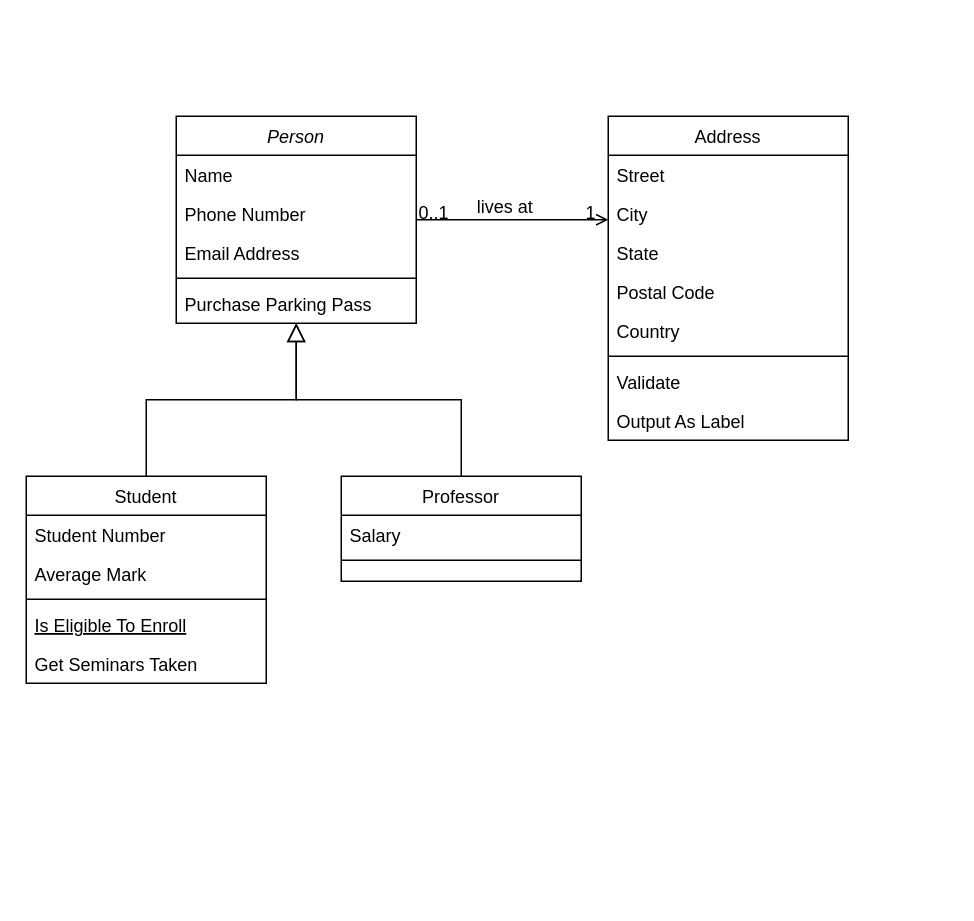
This is documentation/file-diagramme-uml/Diagramme sans nom.drawio from hamza-bely/4proj, a draw.io file, before an edit. Source tidied: cells renumbered, new cells numbered last; positions are measured from the earlier drawing's top-left corner, leaving out a move shared by most shapes. Both pictures are drawn from the tidied source at 150%, with x=0, y=0 at pixel (26, 116).
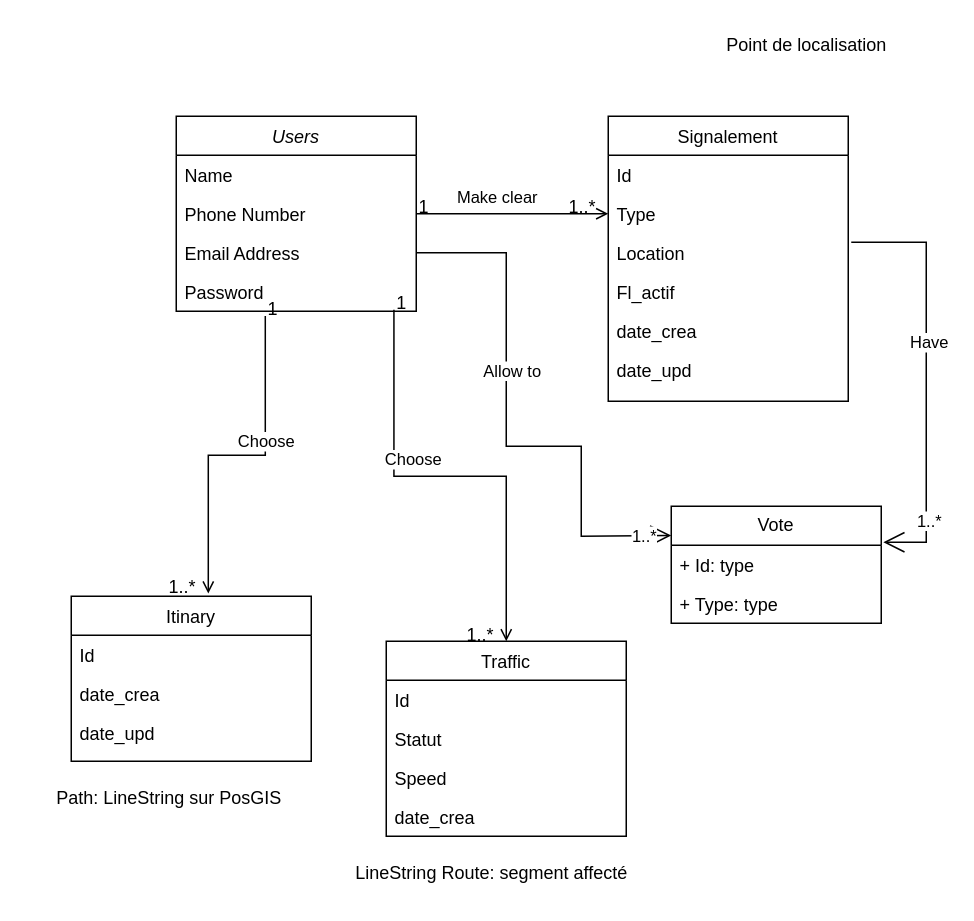
The same page after the edit.

The change refers to these unchanged cells:
```xml
<mxCell id="5" value="Email Address" style="text;align=left;verticalAlign=top;spacingLeft=4;spacingRight=4;overflow=hidden;points=[[0,0.5],[1,0.5]];portConstraint=eastwest;rounded=0;shadow=0;html=0;" parent="2" vertex="1">
  <mxGeometry y="78" width="160" height="26" as="geometry" />
</mxCell>
<mxCell id="28" style="endArrow=open;shadow=0;strokeWidth=1;rounded=0;curved=0;endFill=1;edgeStyle=elbowEdgeStyle;elbow=vertical;" parent="1" edge="1" source="2" target="19">
  <mxGeometry x="0.5" y="41" relative="1" as="geometry">
    <mxPoint x="-40" y="32" as="offset" />
  </mxGeometry>
</mxCell>
```

What changed in the source:
```diff
@@
-    <mxCell id="2" value="Person" style="swimlane;fontStyle=2;align=center;verticalAlign=top;horizontal=1;startSize=26;rounded=0;shadow=0;strokeWidth=1;" parent="1" vertex="1">
-      <mxGeometry x="100" width="160" height="138" as="geometry" />
+    <mxCell id="2" value="Users" style="swimlane;fontStyle=2;align=center;verticalAlign=top;horizontal=1;startSize=26;rounded=0;shadow=0;strokeWidth=1;" parent="1" vertex="1">
+      <mxGeometry x="100" width="160" height="130" as="geometry" />
     </mxCell>
@@
-    <mxCell id="6" style="line;html=1;strokeWidth=1;align=left;verticalAlign=middle;spacingTop=-1;spacingLeft=3;spacingRight=3;labelPosition=right;" parent="2" vertex="1">
-      <mxGeometry y="104" width="160" height="8" as="geometry" />
-    </mxCell>
-    <mxCell id="7" value="Purchase Parking Pass" style="text;align=left;verticalAlign=top;spacingLeft=4;spacingRight=4;overflow=hidden;" parent="2" vertex="1">
-      <mxGeometry y="112" width="160" height="26" as="geometry" />
-    </mxCell>
+    <mxCell id="32" value="Password" style="text;align=left;verticalAlign=top;spacingLeft=4;spacingRight=4;overflow=hidden;points=[[0,0.5],[1,0.5]];portConstraint=eastwest;rounded=0;shadow=0;html=0;" parent="2" vertex="1">
+      <mxGeometry y="104" width="160" height="26" as="geometry" />
+    </mxCell>
-    <mxCell id="8" value="Student" style="swimlane;fontStyle=0;align=center;verticalAlign=top;horizontal=1;startSize=26;rounded=0;shadow=0;strokeWidth=1;" parent="1" vertex="1">
-      <mxGeometry y="240" width="160" height="138" as="geometry" />
+    <mxCell id="8" value="Itinary" style="swimlane;fontStyle=0;align=center;verticalAlign=top;horizontal=1;startSize=26;rounded=0;shadow=0;strokeWidth=1;" parent="1" vertex="1">
+      <mxGeometry x="30" y="320" width="160" height="110" as="geometry" />
     </mxCell>
-    <mxCell id="9" value="Student Number" style="text;align=left;verticalAlign=top;spacingLeft=4;spacingRight=4;overflow=hidden;" parent="8" vertex="1">
+    <mxCell id="9" value="Id" style="text;align=left;verticalAlign=top;spacingLeft=4;spacingRight=4;overflow=hidden;" parent="8" vertex="1">
       <mxGeometry y="26" width="160" height="26" as="geometry" />
     </mxCell>
-    <mxCell id="10" value="Average Mark" style="text;align=left;verticalAlign=top;spacingLeft=4;spacingRight=4;overflow=hidden;rounded=0;shadow=0;html=0;" parent="8" vertex="1">
+    <mxCell id="10" value="date_crea" style="text;align=left;verticalAlign=top;spacingLeft=4;spacingRight=4;overflow=hidden;rounded=0;shadow=0;html=0;" parent="8" vertex="1">
       <mxGeometry y="52" width="160" height="26" as="geometry" />
     </mxCell>
-    <mxCell id="11" style="line;html=1;strokeWidth=1;align=left;verticalAlign=middle;spacingTop=-1;spacingLeft=3;spacingRight=3;labelPosition=right;" parent="8" vertex="1">
-      <mxGeometry y="78" width="160" height="8" as="geometry" />
-    </mxCell>
-    <mxCell id="12" value="Is Eligible To Enroll" style="text;align=left;verticalAlign=top;spacingLeft=4;spacingRight=4;overflow=hidden;fontStyle=4;" parent="8" vertex="1">
-      <mxGeometry y="86" width="160" height="26" as="geometry" />
-    </mxCell>
-    <mxCell id="13" value="Get Seminars Taken" style="text;align=left;verticalAlign=top;spacingLeft=4;spacingRight=4;overflow=hidden;" parent="8" vertex="1">
-      <mxGeometry y="112" width="160" height="26" as="geometry" />
-    </mxCell>
-    <mxCell id="14" style="endArrow=block;endSize=10;endFill=0;shadow=0;strokeWidth=1;rounded=0;curved=0;edgeStyle=elbowEdgeStyle;elbow=vertical;" parent="1" edge="1" source="8" target="2">
-      <mxGeometry relative="1" as="geometry" />
-    </mxCell>
+    <mxCell id="33" value="date_upd" style="text;align=left;verticalAlign=top;spacingLeft=4;spacingRight=4;overflow=hidden;rounded=0;shadow=0;html=0;" parent="8" vertex="1">
+      <mxGeometry y="78" width="160" height="26" as="geometry" />
+    </mxCell>
-    <mxCell id="15" value="Professor" style="swimlane;fontStyle=0;align=center;verticalAlign=top;horizontal=1;startSize=26;rounded=0;shadow=0;strokeWidth=1;" parent="1" vertex="1">
-      <mxGeometry x="210" y="240" width="160" height="70" as="geometry" />
+    <mxCell id="15" value="Traffic" style="swimlane;fontStyle=0;align=center;verticalAlign=top;horizontal=1;startSize=26;rounded=0;shadow=0;strokeWidth=1;" parent="1" vertex="1">
+      <mxGeometry x="240" y="350" width="160" height="130" as="geometry" />
     </mxCell>
-    <mxCell id="16" value="Salary" style="text;align=left;verticalAlign=top;spacingLeft=4;spacingRight=4;overflow=hidden;" parent="15" vertex="1">
+    <mxCell id="16" value="Id" style="text;align=left;verticalAlign=top;spacingLeft=4;spacingRight=4;overflow=hidden;" parent="15" vertex="1">
       <mxGeometry y="26" width="160" height="26" as="geometry" />
     </mxCell>
-    <mxCell id="17" style="line;html=1;strokeWidth=1;align=left;verticalAlign=middle;spacingTop=-1;spacingLeft=3;spacingRight=3;labelPosition=right;" parent="15" vertex="1">
-      <mxGeometry y="52" width="160" height="8" as="geometry" />
-    </mxCell>
-    <mxCell id="18" style="endArrow=block;endSize=10;endFill=0;shadow=0;strokeWidth=1;rounded=0;curved=0;edgeStyle=elbowEdgeStyle;elbow=vertical;" parent="1" edge="1" source="15" target="2">
-      <mxGeometry relative="1" as="geometry" />
-    </mxCell>
+    <mxCell id="34" value="Statut" style="text;align=left;verticalAlign=top;spacingLeft=4;spacingRight=4;overflow=hidden;" parent="15" vertex="1">
+      <mxGeometry y="52" width="160" height="26" as="geometry" />
+    </mxCell>
+    <mxCell id="35" value="Speed" style="text;align=left;verticalAlign=top;spacingLeft=4;spacingRight=4;overflow=hidden;" parent="15" vertex="1">
+      <mxGeometry y="78" width="160" height="26" as="geometry" />
+    </mxCell>
+    <mxCell id="36" value="date_crea" style="text;align=left;verticalAlign=top;spacingLeft=4;spacingRight=4;overflow=hidden;" parent="15" vertex="1">
+      <mxGeometry y="104" width="160" height="26" as="geometry" />
+    </mxCell>
-    <mxCell id="19" value="Address" style="swimlane;fontStyle=0;align=center;verticalAlign=top;horizontal=1;startSize=26;rounded=0;shadow=0;strokeWidth=1;" parent="1" vertex="1">
-      <mxGeometry x="388" width="160" height="216" as="geometry" />
+    <mxCell id="19" value="Signalement" style="swimlane;fontStyle=0;align=center;verticalAlign=top;horizontal=1;startSize=26;rounded=0;shadow=0;strokeWidth=1;" parent="1" vertex="1">
+      <mxGeometry x="388" width="160" height="190" as="geometry" />
     </mxCell>
-    <mxCell id="20" value="Street" style="text;align=left;verticalAlign=top;spacingLeft=4;spacingRight=4;overflow=hidden;" parent="19" vertex="1">
+    <mxCell id="20" value="Id" style="text;align=left;verticalAlign=top;spacingLeft=4;spacingRight=4;overflow=hidden;" parent="19" vertex="1">
       <mxGeometry y="26" width="160" height="26" as="geometry" />
     </mxCell>
-    <mxCell id="21" value="City" style="text;align=left;verticalAlign=top;spacingLeft=4;spacingRight=4;overflow=hidden;rounded=0;shadow=0;html=0;" parent="19" vertex="1">
+    <mxCell id="21" value="Type" style="text;align=left;verticalAlign=top;spacingLeft=4;spacingRight=4;overflow=hidden;rounded=0;shadow=0;html=0;" parent="19" vertex="1">
       <mxGeometry y="52" width="160" height="26" as="geometry" />
     </mxCell>
-    <mxCell id="22" value="State" style="text;align=left;verticalAlign=top;spacingLeft=4;spacingRight=4;overflow=hidden;rounded=0;shadow=0;html=0;" parent="19" vertex="1">
+    <mxCell id="22" value="Location" style="text;align=left;verticalAlign=top;spacingLeft=4;spacingRight=4;overflow=hidden;rounded=0;shadow=0;html=0;" parent="19" vertex="1">
       <mxGeometry y="78" width="160" height="26" as="geometry" />
     </mxCell>
-    <mxCell id="23" value="Postal Code" style="text;align=left;verticalAlign=top;spacingLeft=4;spacingRight=4;overflow=hidden;rounded=0;shadow=0;html=0;" parent="19" vertex="1">
+    <mxCell id="23" value="Fl_actif" style="text;align=left;verticalAlign=top;spacingLeft=4;spacingRight=4;overflow=hidden;rounded=0;shadow=0;html=0;" parent="19" vertex="1">
       <mxGeometry y="104" width="160" height="26" as="geometry" />
     </mxCell>
-    <mxCell id="24" value="Country" style="text;align=left;verticalAlign=top;spacingLeft=4;spacingRight=4;overflow=hidden;rounded=0;shadow=0;html=0;" parent="19" vertex="1">
+    <mxCell id="24" value="date_crea" style="text;align=left;verticalAlign=top;spacingLeft=4;spacingRight=4;overflow=hidden;rounded=0;shadow=0;html=0;" parent="19" vertex="1">
       <mxGeometry y="130" width="160" height="26" as="geometry" />
     </mxCell>
-    <mxCell id="25" style="line;html=1;strokeWidth=1;align=left;verticalAlign=middle;spacingTop=-1;spacingLeft=3;spacingRight=3;labelPosition=right;" parent="19" vertex="1">
-      <mxGeometry y="156" width="160" height="8" as="geometry" />
-    </mxCell>
-    <mxCell id="26" value="Validate" style="text;align=left;verticalAlign=top;spacingLeft=4;spacingRight=4;overflow=hidden;" parent="19" vertex="1">
-      <mxGeometry y="164" width="160" height="26" as="geometry" />
-    </mxCell>
-    <mxCell id="27" value="Output As Label" style="text;align=left;verticalAlign=top;spacingLeft=4;spacingRight=4;overflow=hidden;" parent="19" vertex="1">
-      <mxGeometry y="190" width="160" height="26" as="geometry" />
-    </mxCell>
+    <mxCell id="37" value="date_upd" style="text;align=left;verticalAlign=top;spacingLeft=4;spacingRight=4;overflow=hidden;rounded=0;shadow=0;html=0;" parent="19" vertex="1">
+      <mxGeometry y="156" width="160" height="26" as="geometry" />
+    </mxCell>
@@
-    <mxCell id="29" value="0..1" style="align=left;verticalAlign=bottom;labelBackgroundColor=none;fontSize=12;" parent="28" vertex="1">
+    <mxCell id="29" value="1" style="align=left;verticalAlign=bottom;labelBackgroundColor=none;fontSize=12;" parent="28" vertex="1">
       <mxGeometry x="-1" relative="1" as="geometry">
         <mxPoint y="4" as="offset" />
       </mxGeometry>
     </mxCell>
-    <mxCell id="30" value="1" style="align=right;verticalAlign=bottom;labelBackgroundColor=none;fontSize=12;" parent="28" vertex="1">
+    <mxCell id="30" value="1..*" style="align=right;verticalAlign=bottom;labelBackgroundColor=none;fontSize=12;" parent="28" vertex="1">
       <mxGeometry x="1" relative="1" as="geometry">
         <mxPoint x="-7" y="4" as="offset" />
       </mxGeometry>
     </mxCell>
-    <mxCell id="31" value="lives at" style="text;html=1;align=center;verticalAlign=middle;labelBackgroundColor=none;rounded=0;shadow=0;strokeWidth=1;fontSize=12;" parent="28" vertex="1">
-      <mxGeometry x="0.5" y="49" relative="1" as="geometry">
-        <mxPoint x="-38" y="40" as="offset" />
-      </mxGeometry>
-    </mxCell>
+    <mxCell id="38" value="Make clear" style="edgeLabel;html=1;align=center;verticalAlign=middle;" parent="28" vertex="1">
+      <mxGeometry x="-0.17" y="1" relative="1" as="geometry">
+        <mxPoint y="-11" as="offset" />
+      </mxGeometry>
+    </mxCell>
+    <mxCell id="39" style="endArrow=open;shadow=0;strokeWidth=1;rounded=0;curved=0;endFill=1;edgeStyle=elbowEdgeStyle;elbow=vertical;entryX=0.571;entryY=-0.016;entryDx=0;entryDy=0;entryPerimeter=0;exitX=0.371;exitY=1.122;exitDx=0;exitDy=0;exitPerimeter=0;" parent="1" edge="1" source="32" target="8">
+      <mxGeometry x="0.5" y="41" relative="1" as="geometry">
+        <mxPoint x="-40" y="32" as="offset" />
+      </mxGeometry>
+    </mxCell>
+    <mxCell id="40" value="1" style="align=left;verticalAlign=bottom;labelBackgroundColor=none;fontSize=12;" parent="39" vertex="1">
+      <mxGeometry x="-1" relative="1" as="geometry">
+        <mxPoint y="4" as="offset" />
+      </mxGeometry>
+    </mxCell>
+    <mxCell id="41" value="1..*" style="align=right;verticalAlign=bottom;labelBackgroundColor=none;fontSize=12;" parent="39" vertex="1">
+      <mxGeometry x="1" relative="1" as="geometry">
+        <mxPoint x="-7" y="4" as="offset" />
+      </mxGeometry>
+    </mxCell>
+    <mxCell id="42" value="Choose" style="edgeLabel;html=1;align=center;verticalAlign=middle;" parent="39" vertex="1">
+      <mxGeometry x="-0.17" y="1" relative="1" as="geometry">
+        <mxPoint y="-11" as="offset" />
+      </mxGeometry>
+    </mxCell>
+    <mxCell id="43" value="Point de localisation&lt;div&gt;&lt;br&gt;&lt;/div&gt;" style="text;html=1;align=center;verticalAlign=middle;strokeColor=none;fillColor=none;" parent="1" vertex="1">
+      <mxGeometry x="455" y="-60" width="130" height="40" as="geometry" />
+    </mxCell>
+    <mxCell id="44" value="Path: LineString sur PosGIS" style="text;html=1;align=center;verticalAlign=middle;strokeColor=none;fillColor=none;" parent="1" vertex="1">
+      <mxGeometry x="10" y="440" width="170" height="30" as="geometry" />
+    </mxCell>
+    <mxCell id="45" value="LineString Route: segment affecté" style="text;html=1;align=center;verticalAlign=middle;strokeColor=none;fillColor=none;" parent="1" vertex="1">
+      <mxGeometry x="210" y="490" width="200" height="30" as="geometry" />
+    </mxCell>
+    <mxCell id="46" style="endArrow=open;shadow=0;strokeWidth=1;rounded=0;curved=0;endFill=1;edgeStyle=elbowEdgeStyle;elbow=vertical;entryX=0.5;entryY=0;entryDx=0;entryDy=0;exitX=0.907;exitY=0.962;exitDx=0;exitDy=0;exitPerimeter=0;" parent="1" edge="1" source="32" target="15">
+      <mxGeometry x="0.5" y="41" relative="1" as="geometry">
+        <mxPoint x="-40" y="32" as="offset" />
+      </mxGeometry>
+    </mxCell>
+    <mxCell id="47" value="1" style="align=left;verticalAlign=bottom;labelBackgroundColor=none;fontSize=12;" parent="46" vertex="1">
+      <mxGeometry x="-1" relative="1" as="geometry">
+        <mxPoint y="4" as="offset" />
+      </mxGeometry>
+    </mxCell>
+    <mxCell id="48" value="1..*" style="align=right;verticalAlign=bottom;labelBackgroundColor=none;fontSize=12;" parent="46" vertex="1">
+      <mxGeometry x="1" relative="1" as="geometry">
+        <mxPoint x="-7" y="4" as="offset" />
+      </mxGeometry>
+    </mxCell>
+    <mxCell id="49" value="Choose" style="edgeLabel;html=1;align=center;verticalAlign=middle;" parent="46" vertex="1">
+      <mxGeometry x="-0.17" y="1" relative="1" as="geometry">
+        <mxPoint y="-11" as="offset" />
+      </mxGeometry>
+    </mxCell>
+    <mxCell id="50" value="Vote" style="swimlane;fontStyle=0;horizontal=1;startSize=26;fillColor=none;whiteSpace=wrap;html=1;" parent="1" vertex="1">
+      <mxGeometry x="430" y="260" width="140" height="78" as="geometry" />
+    </mxCell>
+    <mxCell id="51" value="+ Id: type" style="text;strokeColor=none;fillColor=none;align=left;verticalAlign=top;spacingLeft=4;spacingRight=4;overflow=hidden;points=[[0,0.5],[1,0.5]];portConstraint=eastwest;whiteSpace=wrap;html=1;" parent="50" vertex="1">
+      <mxGeometry y="26" width="140" height="26" as="geometry" />
+    </mxCell>
+    <mxCell id="52" value="+ Type: type" style="text;strokeColor=none;fillColor=none;align=left;verticalAlign=top;spacingLeft=4;spacingRight=4;overflow=hidden;whiteSpace=wrap;html=1;" parent="50" vertex="1">
+      <mxGeometry y="52" width="140" height="26" as="geometry" />
+    </mxCell>
+    <mxCell id="53" style="endArrow=open;endFill=1;endSize=12;html=1;rounded=0;exitX=1;exitY=0.5;exitDx=0;exitDy=0;entryX=0;entryY=0.25;entryDx=0;entryDy=0;" parent="1" edge="1" source="5" target="50">
+      <mxGeometry relative="1" as="geometry">
+        <Array as="points">
+          <mxPoint x="320" y="91" />
+          <mxPoint x="320" y="220" />
+          <mxPoint x="370" y="220" />
+          <mxPoint x="370" y="280" />
+        </Array>
+      </mxGeometry>
+    </mxCell>
+    <mxCell id="54" value="Allow to" style="edgeLabel;html=1;align=center;verticalAlign=middle;" parent="53" vertex="1">
+      <mxGeometry x="-0.23" y="3" relative="1" as="geometry" />
+    </mxCell>
+    <mxCell id="55" value="1..*" style="edgeLabel;html=1;align=center;verticalAlign=middle;" parent="53" vertex="1">
+      <mxGeometry x="0.9" relative="1" as="geometry" />
+    </mxCell>
+    <mxCell id="56" style="endArrow=open;endFill=1;endSize=12;html=1;rounded=0;entryX=1.01;entryY=-0.077;entryDx=0;entryDy=0;entryPerimeter=0;" parent="1" edge="1" target="51">
+      <mxGeometry relative="1" as="geometry">
+        <mxPoint x="550" y="84" as="sourcePoint" />
+        <Array as="points">
+          <mxPoint x="600" y="84" />
+          <mxPoint x="600" y="284" />
+        </Array>
+      </mxGeometry>
+    </mxCell>
+    <mxCell id="57" value="Have" style="edgeLabel;html=1;align=center;verticalAlign=middle;" parent="56" vertex="1">
+      <mxGeometry x="-0.17" y="1" relative="1" as="geometry" />
+    </mxCell>
+    <mxCell id="58" value="1..*" style="edgeLabel;html=1;align=center;verticalAlign=middle;" parent="56" vertex="1">
+      <mxGeometry x="0.69" y="1" relative="1" as="geometry" />
+    </mxCell>
```
